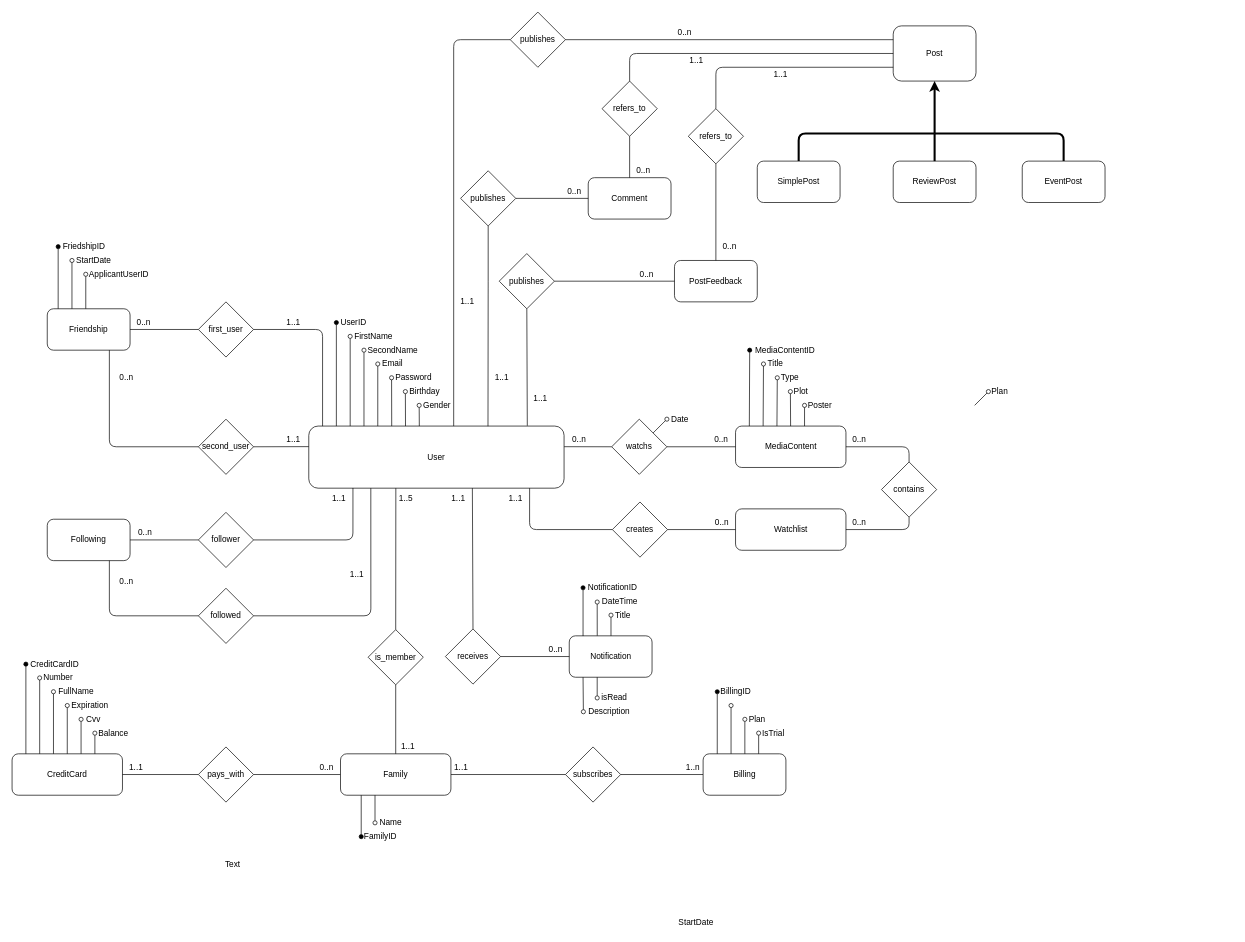
Above: Moviesquik/doc/persistence/database_ER_diagram.drawio in AgostinoRizzo/moviesquik (draw.io), before the change. Source tidied: cells renumbered, new cells numbered last; positions are measured from the earlier drawing's top-left corner, leaving out a move shared by most shapes. Both pictures are drawn from the tidied source at 69%, with x=0, y=0 at pixel (12, 12).
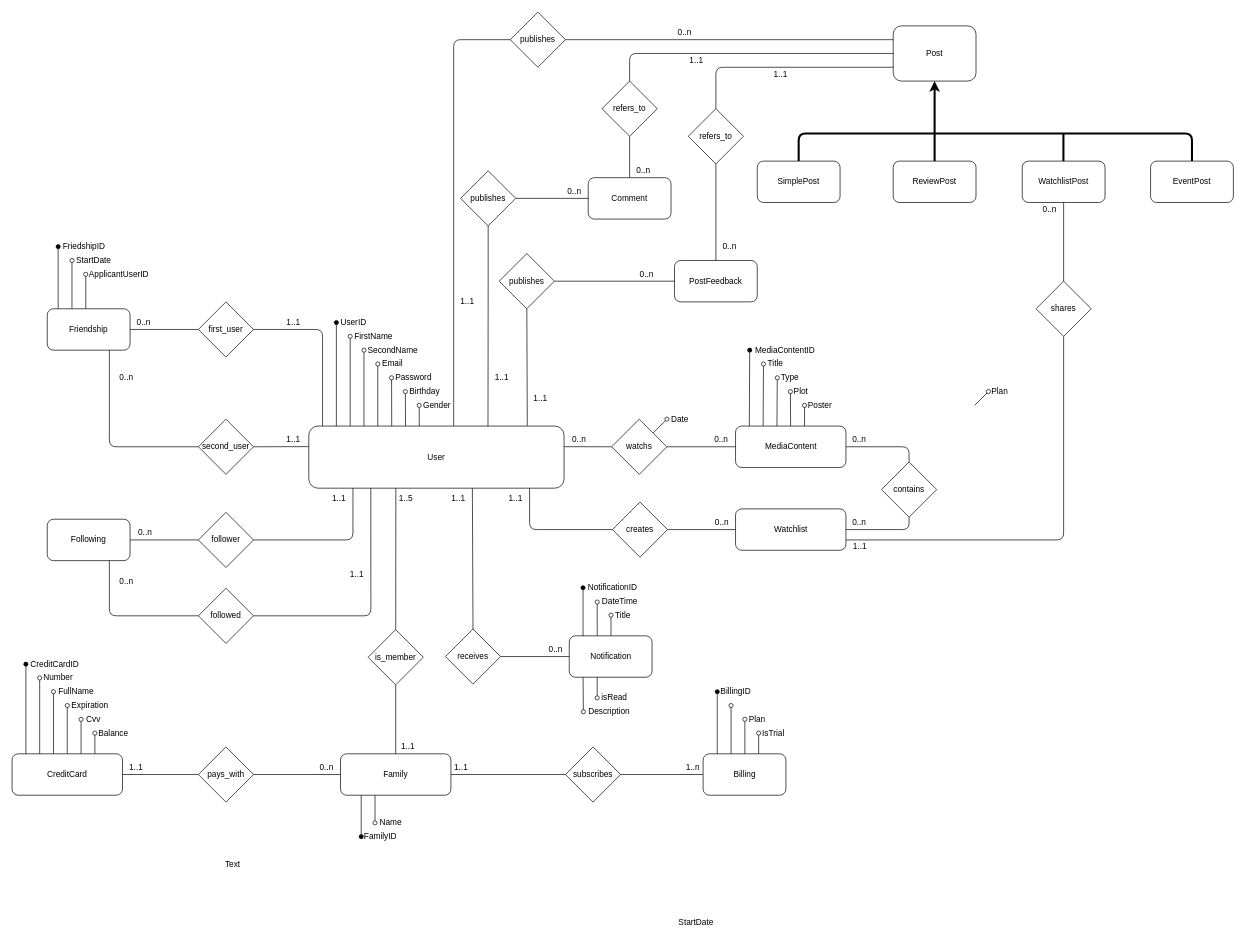
Above is the later version.

The change refers to these unchanged cells:
```xml
<mxCell id="159" value="Watchlist" style="rounded=1;whiteSpace=wrap;html=1;" parent="1" vertex="1">
  <mxGeometry x="1048.5" y="720" width="160" height="60" as="geometry" />
</mxCell>
```

The edit, as a diff of the source:
```diff
@@
-    <mxCell id="127" value="EventPost" style="rounded=1;whiteSpace=wrap;html=1;" parent="1" vertex="1">
+    <mxCell id="127" value="WatchlistPost" style="rounded=1;whiteSpace=wrap;html=1;" parent="1" vertex="1">
       <mxGeometry x="1464" y="216" width="120" height="60" as="geometry" />
     </mxCell>
@@
-    <mxCell id="131" style="endArrow=none;html=1;exitX=0.5;exitY=0;exitDx=0;exitDy=0;strokeWidth=3;" parent="1" edge="1" source="127">
+    <mxCell id="131" style="endArrow=none;html=1;exitX=0.5;exitY=0;exitDx=0;exitDy=0;strokeWidth=3;" parent="1" edge="1" source="170">
       <mxGeometry relative="1" as="geometry">
         <mxPoint x="1337" y="176" as="targetPoint" />
         <Array as="points">
-          <mxPoint x="1524" y="176" />
+          <mxPoint x="1710" y="176" />
         </Array>
       </mxGeometry>
     </mxCell>
@@
+    <mxCell id="170" value="EventPost" style="rounded=1;whiteSpace=wrap;html=1;" parent="1" vertex="1">
+      <mxGeometry x="1650" y="216" width="120" height="60" as="geometry" />
+    </mxCell>
+    <mxCell id="171" style="endArrow=none;html=1;exitX=0.5;exitY=0;exitDx=0;exitDy=0;strokeWidth=3;" parent="1" edge="1">
+      <mxGeometry relative="1" as="geometry">
+        <mxPoint x="1523.7" y="216" as="sourcePoint" />
+        <mxPoint x="1523.7" y="176" as="targetPoint" />
+      </mxGeometry>
+    </mxCell>
+    <mxCell id="172" value="shares" style="rhombus;whiteSpace=wrap;html=1;" parent="1" vertex="1">
+      <mxGeometry x="1484" y="390" width="80" height="80" as="geometry" />
+    </mxCell>
+    <mxCell id="173" style="endArrow=none;html=1;entryX=0.5;entryY=1;entryDx=0;entryDy=0;exitX=0.5;exitY=0;exitDx=0;exitDy=0;" parent="1" edge="1" source="172" target="127">
+      <mxGeometry relative="1" as="geometry" />
+    </mxCell>
+    <mxCell id="174" style="endArrow=none;html=1;entryX=0.5;entryY=1;entryDx=0;entryDy=0;exitX=1;exitY=0.75;exitDx=0;exitDy=0;" parent="1" edge="1" source="159" target="172">
+      <mxGeometry relative="1" as="geometry">
+        <Array as="points">
+          <mxPoint x="1524" y="765" />
+        </Array>
+      </mxGeometry>
+    </mxCell>
+    <mxCell id="175" value="1..1" style="text;html=1;strokeColor=none;fillColor=none;align=center;verticalAlign=middle;whiteSpace=wrap;rounded=0;" parent="1" vertex="1">
+      <mxGeometry x="1209" y="765" width="40" height="20" as="geometry" />
+    </mxCell>
+    <mxCell id="176" value="0..n" style="text;html=1;strokeColor=none;fillColor=none;align=center;verticalAlign=middle;whiteSpace=wrap;rounded=0;" parent="1" vertex="1">
+      <mxGeometry x="1484" y="276" width="40" height="20" as="geometry" />
+    </mxCell>
```
